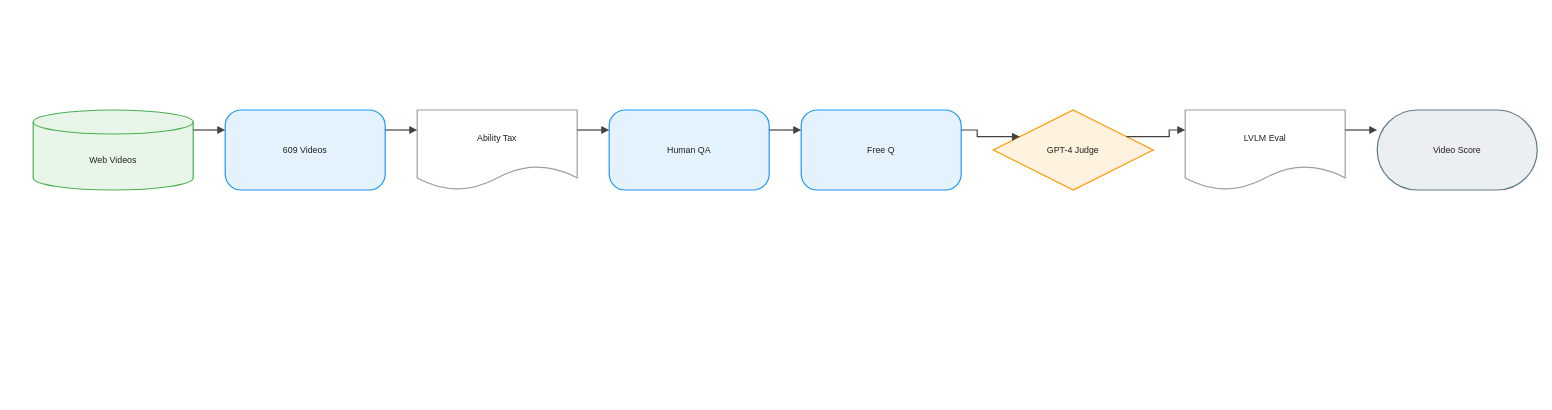
joe1chief/benchmark-hub keeps this draw.io diagram as client/public/drawio/MMBench-Video/MMBench-Video.en.drawio. Above is the earlier version. Source tidied: cells renumbered, new cells numbered last; positions are measured from the earlier drawing's top-left corner, leaving out a move shared by most shapes. Both pictures are drawn from the tidied source at 80%, with x=0, y=0 at pixel (33, 110).
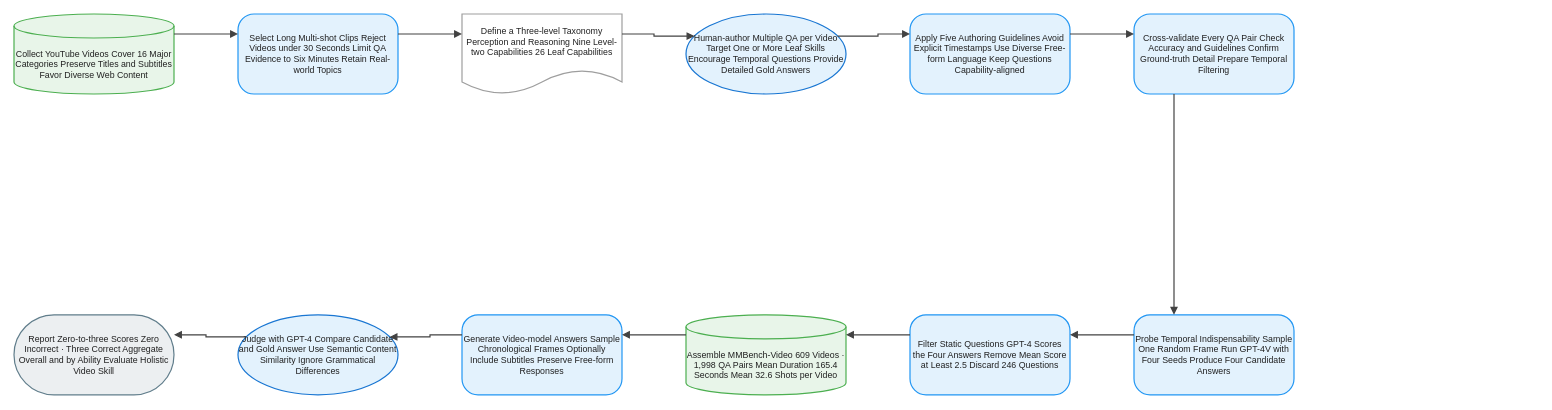
Above is the later version.

Diff of the diagram source:
```diff
@@
-    <mxCell id="2" value="Web Videos" style="shape=cylinder3;boundedLbl=1;backgroundOutline=1;size=15;html=1;whiteSpace=wrap;fillColor=#E8F5E9;strokeColor=#4CAF50;strokeWidth=1.5;fontColor=#212121;fontSize=11;fontFamily=Arial, Helvetica, sans-serif;verticalAlign=middle;align=center;" parent="1" vertex="1">
-      <mxGeometry width="200" height="100" as="geometry" />
+    <mxCell id="2" value="Collect YouTube Videos Cover 16 Major Categories Preserve Titles and Subtitles Favor Diverse Web Content" style="shape=cylinder3;boundedLbl=1;backgroundOutline=1;size=15;html=1;whiteSpace=wrap;fillColor=#E8F5E9;strokeColor=#4CAF50;strokeWidth=1.5;fontColor=#212121;fontSize=11;fontFamily=Arial, Helvetica, sans-serif;verticalAlign=middle;align=center;" parent="1" vertex="1">
+      <mxGeometry x="-24" y="-120" width="200" height="100" as="geometry" />
     </mxCell>
-    <mxCell id="3" value="609 Videos" style="rounded=1;arcSize=20;html=1;whiteSpace=wrap;fillColor=#E3F2FD;strokeColor=#2196F3;strokeWidth=1.5;fontColor=#212121;fontSize=11;fontFamily=Arial, Helvetica, sans-serif;verticalAlign=middle;align=center;" parent="1" vertex="1">
-      <mxGeometry x="240" width="200" height="100" as="geometry" />
+    <mxCell id="3" value="Select Long Multi-shot Clips Reject Videos under 30 Seconds Limit QA Evidence to Six Minutes Retain Real-world Topics" style="rounded=1;arcSize=20;html=1;whiteSpace=wrap;fillColor=#E3F2FD;strokeColor=#2196F3;strokeWidth=1.5;fontColor=#212121;fontSize=11;fontFamily=Arial, Helvetica, sans-serif;verticalAlign=middle;align=center;" parent="1" vertex="1">
+      <mxGeometry x="256" y="-120" width="200" height="100" as="geometry" />
     </mxCell>
-    <mxCell id="4" value="Ability Tax" style="shape=document;boundedLbl=1;html=1;whiteSpace=wrap;fillColor=#FFFFFF;strokeColor=#9E9E9E;strokeWidth=1.5;fontColor=#212121;fontSize=11;fontFamily=Arial, Helvetica, sans-serif;verticalAlign=middle;align=center;" parent="1" vertex="1">
-      <mxGeometry x="480" width="200" height="100" as="geometry" />
+    <mxCell id="4" value="Define a Three-level Taxonomy Perception and Reasoning Nine Level-two Capabilities 26 Leaf Capabilities" style="shape=document;boundedLbl=1;html=1;whiteSpace=wrap;fillColor=#FFFFFF;strokeColor=#9E9E9E;strokeWidth=1.5;fontColor=#212121;fontSize=11;fontFamily=Arial, Helvetica, sans-serif;verticalAlign=middle;align=center;" parent="1" vertex="1">
+      <mxGeometry x="536" y="-120" width="200" height="100" as="geometry" />
     </mxCell>
-    <mxCell id="5" value="Human QA" style="rounded=1;arcSize=20;html=1;whiteSpace=wrap;fillColor=#E3F2FD;strokeColor=#2196F3;strokeWidth=1.5;fontColor=#212121;fontSize=11;fontFamily=Arial, Helvetica, sans-serif;verticalAlign=middle;align=center;" parent="1" vertex="1">
-      <mxGeometry x="720" width="200" height="100" as="geometry" />
+    <mxCell id="5" value="Human-author Multiple QA per Video Target One or More Leaf Skills Encourage Temporal Questions Provide Detailed Gold Answers" style="ellipse;html=1;whiteSpace=wrap;fillColor=#E3F2FD;strokeColor=#1976D2;strokeWidth=1.5;fontColor=#212121;fontSize=11;fontFamily=Arial, Helvetica, sans-serif;verticalAlign=middle;align=center;" parent="1" vertex="1">
+      <mxGeometry x="816" y="-120" width="200" height="100" as="geometry" />
     </mxCell>
-    <mxCell id="6" value="Free Q" style="rounded=1;arcSize=20;html=1;whiteSpace=wrap;fillColor=#E3F2FD;strokeColor=#2196F3;strokeWidth=1.5;fontColor=#212121;fontSize=11;fontFamily=Arial, Helvetica, sans-serif;verticalAlign=middle;align=center;" parent="1" vertex="1">
-      <mxGeometry x="960" width="200" height="100" as="geometry" />
+    <mxCell id="6" value="Apply Five Authoring Guidelines Avoid Explicit Timestamps Use Diverse Free-form Language Keep Questions Capability-aligned" style="rounded=1;arcSize=20;html=1;whiteSpace=wrap;fillColor=#E3F2FD;strokeColor=#2196F3;strokeWidth=1.5;fontColor=#212121;fontSize=11;fontFamily=Arial, Helvetica, sans-serif;verticalAlign=middle;align=center;" parent="1" vertex="1">
+      <mxGeometry x="1096" y="-120" width="200" height="100" as="geometry" />
     </mxCell>
-    <mxCell id="7" value="GPT-4 Judge" style="rhombus;html=1;whiteSpace=wrap;fillColor=#FFF3E0;strokeColor=#FF9800;strokeWidth=1.5;fontColor=#212121;fontSize=11;fontFamily=Arial, Helvetica, sans-serif;verticalAlign=middle;align=center;" parent="1" vertex="1">
-      <mxGeometry x="1200" width="200" height="100" as="geometry" />
+    <mxCell id="7" value="Cross-validate Every QA Pair Check Accuracy and Guidelines Confirm Ground-truth Detail Prepare Temporal Filtering" style="rounded=1;arcSize=20;html=1;whiteSpace=wrap;fillColor=#E3F2FD;strokeColor=#2196F3;strokeWidth=1.5;fontColor=#212121;fontSize=11;fontFamily=Arial, Helvetica, sans-serif;verticalAlign=middle;align=center;" parent="1" vertex="1">
+      <mxGeometry x="1376" y="-120" width="200" height="100" as="geometry" />
     </mxCell>
-    <mxCell id="8" value="LVLM Eval" style="shape=document;boundedLbl=1;html=1;whiteSpace=wrap;fillColor=#FFFFFF;strokeColor=#9E9E9E;strokeWidth=1.5;fontColor=#212121;fontSize=11;fontFamily=Arial, Helvetica, sans-serif;verticalAlign=middle;align=center;" parent="1" vertex="1">
-      <mxGeometry x="1440" width="200" height="100" as="geometry" />
+    <mxCell id="8" value="Probe Temporal Indispensability Sample One Random Frame Run GPT-4V with Four Seeds Produce Four Candidate Answers" style="rounded=1;arcSize=20;html=1;whiteSpace=wrap;fillColor=#E3F2FD;strokeColor=#2196F3;strokeWidth=1.5;fontColor=#212121;fontSize=11;fontFamily=Arial, Helvetica, sans-serif;verticalAlign=middle;align=center;" parent="1" vertex="1">
+      <mxGeometry x="1376" y="256" width="200" height="100" as="geometry" />
     </mxCell>
-    <mxCell id="9" value="Video Score" style="rounded=1;arcSize=50;html=1;whiteSpace=wrap;fillColor=#ECEFF1;strokeColor=#607D8B;strokeWidth=1.5;fontColor=#212121;fontSize=11;fontFamily=Arial, Helvetica, sans-serif;verticalAlign=middle;align=center;" parent="1" vertex="1">
-      <mxGeometry x="1680" width="200" height="100" as="geometry" />
+    <mxCell id="9" value="Filter Static Questions GPT-4 Scores the Four Answers Remove Mean Score at Least 2.5 Discard 246 Questions" style="rounded=1;arcSize=20;html=1;whiteSpace=wrap;fillColor=#E3F2FD;strokeColor=#2196F3;strokeWidth=1.5;fontColor=#212121;fontSize=11;fontFamily=Arial, Helvetica, sans-serif;verticalAlign=middle;align=center;" parent="1" vertex="1">
+      <mxGeometry x="1096" y="256" width="200" height="100" as="geometry" />
     </mxCell>
-    <mxCell id="10" style="edgeStyle=orthogonalEdgeStyle;rounded=0;jettySize=auto;html=1;strokeColor=#424242;strokeWidth=1.5;endArrow=block;endFill=1;exitX=1;exitY=0.25;exitDx=0;exitDy=0;entryX=0;entryY=0.25;entryDx=0;entryDy=0;jumpStyle=arc;jumpSize=8;" parent="1" edge="1" source="2" target="3">
-      <mxGeometry relative="1" as="geometry" />
+    <mxCell id="10" value="Assemble MMBench-Video 609 Videos · 1,998 QA Pairs Mean Duration 165.4 Seconds Mean 32.6 Shots per Video" style="shape=cylinder3;boundedLbl=1;backgroundOutline=1;size=15;html=1;whiteSpace=wrap;fillColor=#E8F5E9;strokeColor=#4CAF50;strokeWidth=1.5;fontColor=#212121;fontSize=11;fontFamily=Arial, Helvetica, sans-serif;verticalAlign=middle;align=center;" parent="1" vertex="1">
+      <mxGeometry x="816" y="256" width="200" height="100" as="geometry" />
     </mxCell>
-    <mxCell id="11" style="edgeStyle=orthogonalEdgeStyle;rounded=0;jettySize=auto;html=1;strokeColor=#424242;strokeWidth=1.5;endArrow=block;endFill=1;exitX=1;exitY=0.25;exitDx=0;exitDy=0;entryX=0;entryY=0.25;entryDx=0;entryDy=0;jumpStyle=arc;jumpSize=8;" parent="1" edge="1" source="3" target="4">
-      <mxGeometry relative="1" as="geometry" />
+    <mxCell id="11" value="Generate Video-model Answers Sample Chronological Frames Optionally Include Subtitles Preserve Free-form Responses" style="rounded=1;arcSize=20;html=1;whiteSpace=wrap;fillColor=#E3F2FD;strokeColor=#2196F3;strokeWidth=1.5;fontColor=#212121;fontSize=11;fontFamily=Arial, Helvetica, sans-serif;verticalAlign=middle;align=center;" parent="1" vertex="1">
+      <mxGeometry x="536" y="256" width="200" height="100" as="geometry" />
     </mxCell>
-    <mxCell id="12" style="edgeStyle=orthogonalEdgeStyle;rounded=0;jettySize=auto;html=1;strokeColor=#424242;strokeWidth=1.5;endArrow=block;endFill=1;exitX=1;exitY=0.25;exitDx=0;exitDy=0;entryX=0;entryY=0.25;entryDx=0;entryDy=0;jumpStyle=arc;jumpSize=8;" parent="1" edge="1" source="4" target="5">
-      <mxGeometry relative="1" as="geometry" />
+    <mxCell id="12" value="Judge with GPT-4 Compare Candidate and Gold Answer Use Semantic Content Similarity Ignore Grammatical Differences" style="ellipse;html=1;whiteSpace=wrap;fillColor=#E3F2FD;strokeColor=#1976D2;strokeWidth=1.5;fontColor=#212121;fontSize=11;fontFamily=Arial, Helvetica, sans-serif;verticalAlign=middle;align=center;" parent="1" vertex="1">
+      <mxGeometry x="256" y="256" width="200" height="100" as="geometry" />
     </mxCell>
-    <mxCell id="13" style="edgeStyle=orthogonalEdgeStyle;rounded=0;jettySize=auto;html=1;strokeColor=#424242;strokeWidth=1.5;endArrow=block;endFill=1;exitX=1;exitY=0.25;exitDx=0;exitDy=0;entryX=0;entryY=0.25;entryDx=0;entryDy=0;jumpStyle=arc;jumpSize=8;" parent="1" edge="1" source="5" target="6">
-      <mxGeometry relative="1" as="geometry" />
+    <mxCell id="13" value="Report Zero-to-three Scores Zero Incorrect · Three Correct Aggregate Overall and by Ability Evaluate Holistic Video Skill" style="rounded=1;arcSize=50;html=1;whiteSpace=wrap;fillColor=#ECEFF1;strokeColor=#607D8B;strokeWidth=1.5;fontColor=#212121;fontSize=11;fontFamily=Arial, Helvetica, sans-serif;verticalAlign=middle;align=center;" parent="1" vertex="1">
+      <mxGeometry x="-24" y="256" width="200" height="100" as="geometry" />
     </mxCell>
-    <mxCell id="14" style="edgeStyle=orthogonalEdgeStyle;rounded=0;jettySize=auto;html=1;strokeColor=#424242;strokeWidth=1.5;endArrow=block;endFill=1;exitX=1;exitY=0.25;exitDx=0;exitDy=0;entryX=0;entryY=0.25;entryDx=0;entryDy=0;jumpStyle=arc;jumpSize=8;" parent="1" edge="1" source="6" target="7">
+    <mxCell id="14" style="edgeStyle=orthogonalEdgeStyle;rounded=0;jettySize=auto;html=1;strokeColor=#424242;strokeWidth=1.5;endArrow=block;endFill=1;exitX=1;exitY=0.25;exitDx=0;exitDy=0;entryX=0;entryY=0.25;entryDx=0;entryDy=0;jumpStyle=arc;jumpSize=8;" parent="1" edge="1" source="2" target="3">
       <mxGeometry relative="1" as="geometry" />
     </mxCell>
-    <mxCell id="15" style="edgeStyle=orthogonalEdgeStyle;rounded=0;jettySize=auto;html=1;strokeColor=#424242;strokeWidth=1.5;endArrow=block;endFill=1;exitX=1;exitY=0.25;exitDx=0;exitDy=0;entryX=0;entryY=0.25;entryDx=0;entryDy=0;jumpStyle=arc;jumpSize=8;" parent="1" edge="1" source="7" target="8">
+    <mxCell id="15" style="edgeStyle=orthogonalEdgeStyle;rounded=0;jettySize=auto;html=1;strokeColor=#424242;strokeWidth=1.5;endArrow=block;endFill=1;exitX=1;exitY=0.25;exitDx=0;exitDy=0;entryX=0;entryY=0.25;entryDx=0;entryDy=0;jumpStyle=arc;jumpSize=8;" parent="1" edge="1" source="3" target="4">
       <mxGeometry relative="1" as="geometry" />
     </mxCell>
-    <mxCell id="16" style="edgeStyle=orthogonalEdgeStyle;rounded=0;jettySize=auto;html=1;strokeColor=#424242;strokeWidth=1.5;endArrow=block;endFill=1;exitX=1;exitY=0.25;exitDx=0;exitDy=0;entryX=0;entryY=0.25;entryDx=0;entryDy=0;jumpStyle=arc;jumpSize=8;" parent="1" edge="1" source="8" target="9">
+    <mxCell id="16" style="edgeStyle=orthogonalEdgeStyle;rounded=0;jettySize=auto;html=1;strokeColor=#424242;strokeWidth=1.5;endArrow=block;endFill=1;exitX=1;exitY=0.25;exitDx=0;exitDy=0;entryX=0;entryY=0.25;entryDx=0;entryDy=0;jumpStyle=arc;jumpSize=8;" parent="1" edge="1" source="4" target="5">
       <mxGeometry relative="1" as="geometry" />
     </mxCell>
+    <mxCell id="17" style="edgeStyle=orthogonalEdgeStyle;rounded=0;jettySize=auto;html=1;strokeColor=#424242;strokeWidth=1.5;endArrow=block;endFill=1;exitX=1;exitY=0.25;exitDx=0;exitDy=0;entryX=0;entryY=0.25;entryDx=0;entryDy=0;jumpStyle=arc;jumpSize=8;" parent="1" edge="1" source="5" target="6">
+      <mxGeometry relative="1" as="geometry" />
+    </mxCell>
+    <mxCell id="18" style="edgeStyle=orthogonalEdgeStyle;rounded=0;jettySize=auto;html=1;strokeColor=#424242;strokeWidth=1.5;endArrow=block;endFill=1;exitX=1;exitY=0.25;exitDx=0;exitDy=0;entryX=0;entryY=0.25;entryDx=0;entryDy=0;jumpStyle=arc;jumpSize=8;" parent="1" edge="1" source="6" target="7">
+      <mxGeometry relative="1" as="geometry" />
+    </mxCell>
+    <mxCell id="19" style="edgeStyle=orthogonalEdgeStyle;rounded=0;jettySize=auto;html=1;strokeColor=#424242;strokeWidth=1.5;endArrow=block;endFill=1;exitX=0.25;exitY=1;exitDx=0;exitDy=0;entryX=0.25;entryY=0;entryDx=0;entryDy=0;jumpStyle=arc;jumpSize=8;" parent="1" edge="1" source="7" target="8">
+      <mxGeometry relative="1" as="geometry" />
+    </mxCell>
+    <mxCell id="20" style="edgeStyle=orthogonalEdgeStyle;rounded=0;jettySize=auto;html=1;strokeColor=#424242;strokeWidth=1.5;endArrow=block;endFill=1;exitX=0;exitY=0.25;exitDx=0;exitDy=0;entryX=1;entryY=0.25;entryDx=0;entryDy=0;jumpStyle=arc;jumpSize=8;" parent="1" edge="1" source="8" target="9">
+      <mxGeometry relative="1" as="geometry" />
+    </mxCell>
+    <mxCell id="21" style="edgeStyle=orthogonalEdgeStyle;rounded=0;jettySize=auto;html=1;strokeColor=#424242;strokeWidth=1.5;endArrow=block;endFill=1;exitX=0;exitY=0.25;exitDx=0;exitDy=0;entryX=1;entryY=0.25;entryDx=0;entryDy=0;jumpStyle=arc;jumpSize=8;" parent="1" edge="1" source="9" target="10">
+      <mxGeometry relative="1" as="geometry" />
+    </mxCell>
+    <mxCell id="22" style="edgeStyle=orthogonalEdgeStyle;rounded=0;jettySize=auto;html=1;strokeColor=#424242;strokeWidth=1.5;endArrow=block;endFill=1;exitX=0;exitY=0.25;exitDx=0;exitDy=0;entryX=1;entryY=0.25;entryDx=0;entryDy=0;jumpStyle=arc;jumpSize=8;" parent="1" edge="1" source="10" target="11">
+      <mxGeometry relative="1" as="geometry" />
+    </mxCell>
+    <mxCell id="23" style="edgeStyle=orthogonalEdgeStyle;rounded=0;jettySize=auto;html=1;strokeColor=#424242;strokeWidth=1.5;endArrow=block;endFill=1;exitX=0;exitY=0.25;exitDx=0;exitDy=0;entryX=1;entryY=0.25;entryDx=0;entryDy=0;jumpStyle=arc;jumpSize=8;" parent="1" edge="1" source="11" target="12">
+      <mxGeometry relative="1" as="geometry" />
+    </mxCell>
+    <mxCell id="24" style="edgeStyle=orthogonalEdgeStyle;rounded=0;jettySize=auto;html=1;strokeColor=#424242;strokeWidth=1.5;endArrow=block;endFill=1;exitX=0;exitY=0.25;exitDx=0;exitDy=0;entryX=1;entryY=0.25;entryDx=0;entryDy=0;jumpStyle=arc;jumpSize=8;" parent="1" edge="1" source="12" target="13">
+      <mxGeometry relative="1" as="geometry" />
+    </mxCell>
```
